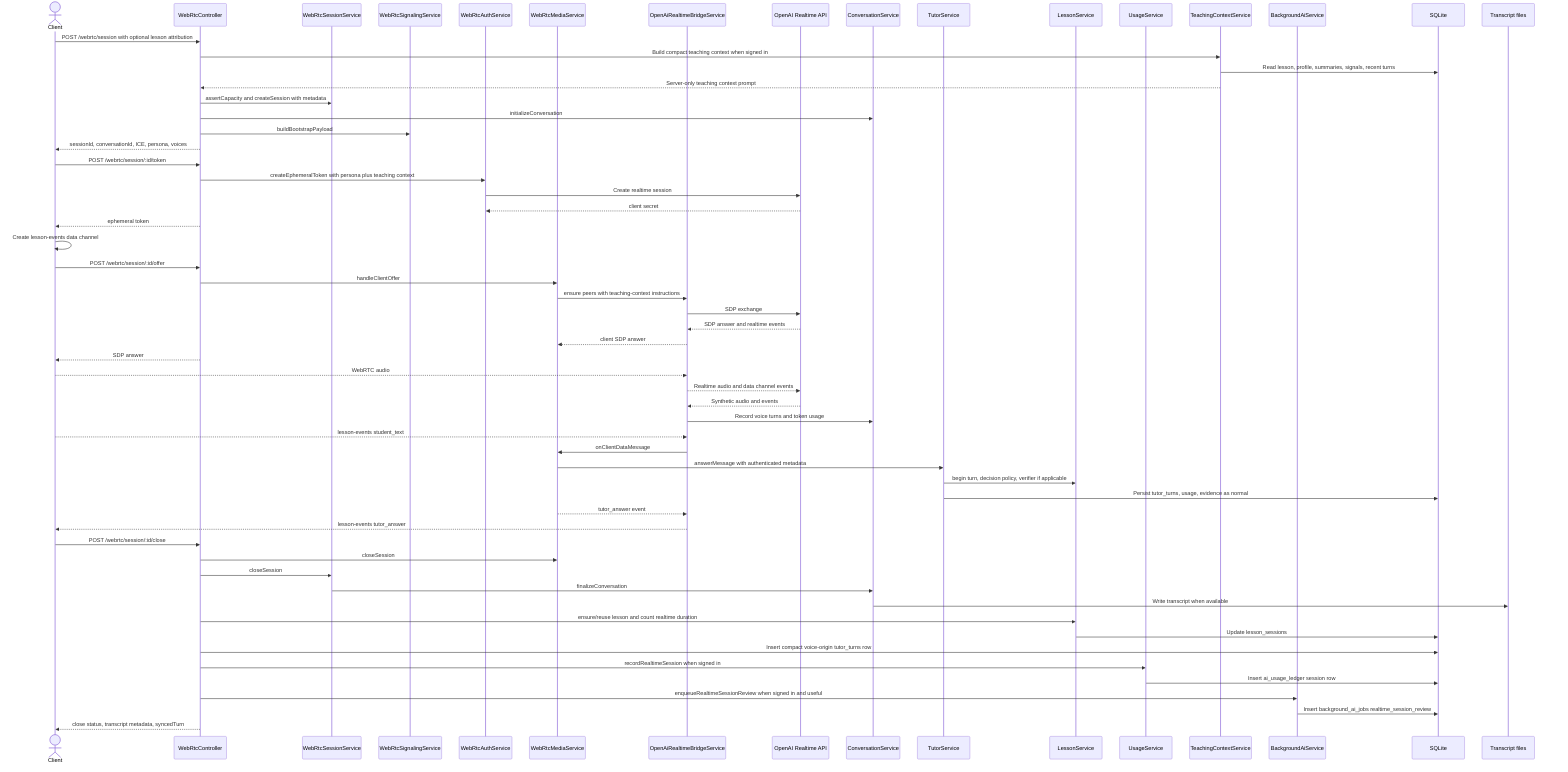
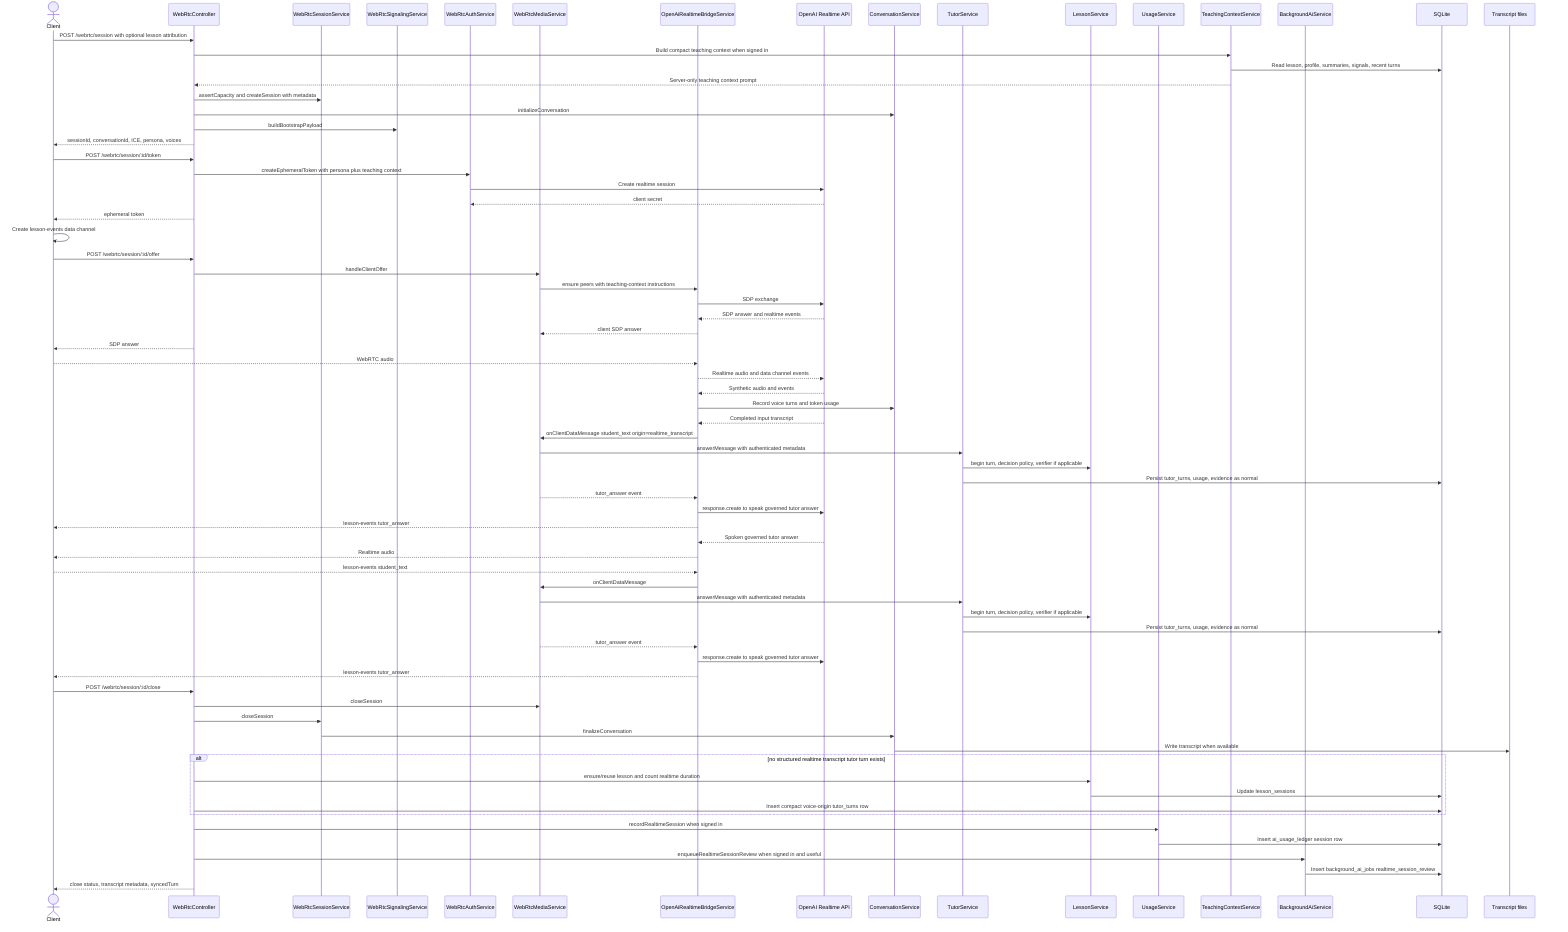
sequenceDiagram
  actor Client
  participant API as WebRtcController
  participant Sessions as WebRtcSessionService
  participant Signaling as WebRtcSignalingService
  participant Auth as WebRtcAuthService
  participant Media as WebRtcMediaService
  participant Bridge as OpenAiRealtimeBridgeService
  participant Provider as OpenAI Realtime API
  participant Conv as ConversationService
  participant Tutor as TutorService
  participant Lesson as LessonService
  participant Usage as UsageService
  participant Context as TeachingContextService
  participant Background as BackgroundAiService
  participant DB as SQLite
  participant Logs as Transcript files

  Client->>API: POST /webrtc/session with optional lesson attribution
  API->>Context: Build compact teaching context when signed in
  Context->>DB: Read lesson, profile, summaries, signals, recent turns
  Context-->>API: Server-only teaching context prompt
  API->>Sessions: assertCapacity and createSession with metadata
  API->>Conv: initializeConversation
  API->>Signaling: buildBootstrapPayload
  API-->>Client: sessionId, conversationId, ICE, persona, voices
  Client->>API: POST /webrtc/session/:id/token
  API->>Auth: createEphemeralToken with persona plus teaching context
  Auth->>Provider: Create realtime session
  Provider-->>Auth: client secret
  API-->>Client: ephemeral token
  Client->>Client: Create lesson-events data channel
  Client->>API: POST /webrtc/session/:id/offer
  API->>Media: handleClientOffer
  Media->>Bridge: ensure peers with teaching-context instructions
  Bridge->>Provider: SDP exchange
  Provider-->>Bridge: SDP answer and realtime events
  Bridge-->>Media: client SDP answer
  API-->>Client: SDP answer
  Client-->>Bridge: WebRTC audio
  Bridge-->>Provider: Realtime audio and data channel events
  Provider-->>Bridge: Synthetic audio and events
  Bridge->>Conv: Record voice turns and token usage
+   Provider-->>Bridge: Completed input transcript
+   Bridge->>Media: onClientDataMessage student_text origin=realtime_transcript
+   Media->>Tutor: answerMessage with authenticated metadata
+   Tutor->>Lesson: begin turn, decision policy, verifier if applicable
+   Tutor->>DB: Persist tutor_turns, usage, evidence as normal
+   Media-->>Bridge: tutor_answer event
+   Bridge->>Provider: response.create to speak governed tutor answer
+   Bridge-->>Client: lesson-events tutor_answer
+   Provider-->>Bridge: Spoken governed tutor answer
+   Bridge-->>Client: Realtime audio
  Client-->>Bridge: lesson-events student_text
  Bridge->>Media: onClientDataMessage
  Media->>Tutor: answerMessage with authenticated metadata
  Tutor->>Lesson: begin turn, decision policy, verifier if applicable
  Tutor->>DB: Persist tutor_turns, usage, evidence as normal
  Media-->>Bridge: tutor_answer event
+   Bridge->>Provider: response.create to speak governed tutor answer
  Bridge-->>Client: lesson-events tutor_answer
  Client->>API: POST /webrtc/session/:id/close
  API->>Media: closeSession
  API->>Sessions: closeSession
  Sessions->>Conv: finalizeConversation
  Conv->>Logs: Write transcript when available
-   API->>Lesson: ensure/reuse lesson and count realtime duration
-   Lesson->>DB: Update lesson_sessions
-   API->>DB: Insert compact voice-origin tutor_turns row
+   alt no structured realtime transcript tutor turn exists
+     API->>Lesson: ensure/reuse lesson and count realtime duration
+     Lesson->>DB: Update lesson_sessions
+     API->>DB: Insert compact voice-origin tutor_turns row
+   end
  API->>Usage: recordRealtimeSession when signed in
  Usage->>DB: Insert ai_usage_ledger session row
  API->>Background: enqueueRealtimeSessionReview when signed in and useful
  Background->>DB: Insert background_ai_jobs realtime_session_review
  API-->>Client: close status, transcript metadata, syncedTurn
